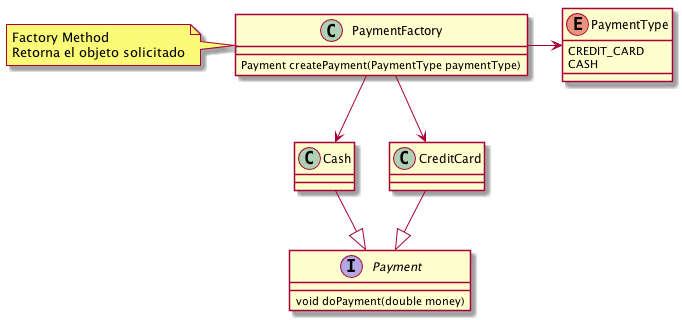
Earlier version of the PlantUML export plantuml/factorymethod.png (sauljabin/java-design-patterns). Source of this version:
```plantuml
@startuml

interface Payment {
void doPayment(double money)
}

Cash --|> Payment
CreditCard --|> Payment

class PaymentFactory {
Payment createPayment(PaymentType paymentType)
}

enum PaymentType {
CREDIT_CARD
CASH
}

PaymentFactory -> PaymentType
PaymentFactory --> Cash
PaymentFactory --> CreditCard

note "Factory Method\nRetorna el objeto solicitado" as NotePaymentFactory
PaymentFactory .l. NotePaymentFactory

@enduml
```
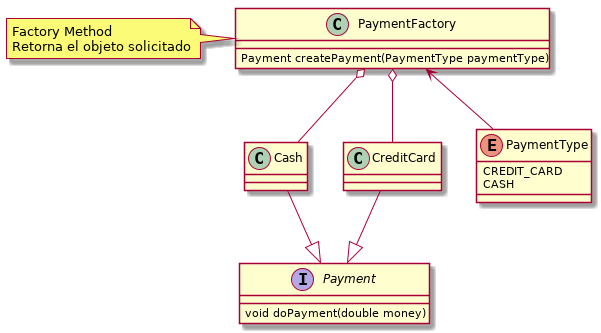
After the commit.

Diff of the diagram source:
```diff
@@ -16,9 +16,9 @@
 CASH
 }
 
-PaymentFactory -> PaymentType
-PaymentFactory --> Cash
-PaymentFactory --> CreditCard
+PaymentFactory <-- PaymentType
+PaymentFactory o-- Cash
+PaymentFactory o-- CreditCard
 
 note "Factory Method\nRetorna el objeto solicitado" as NotePaymentFactory
 PaymentFactory .l. NotePaymentFactory
```
